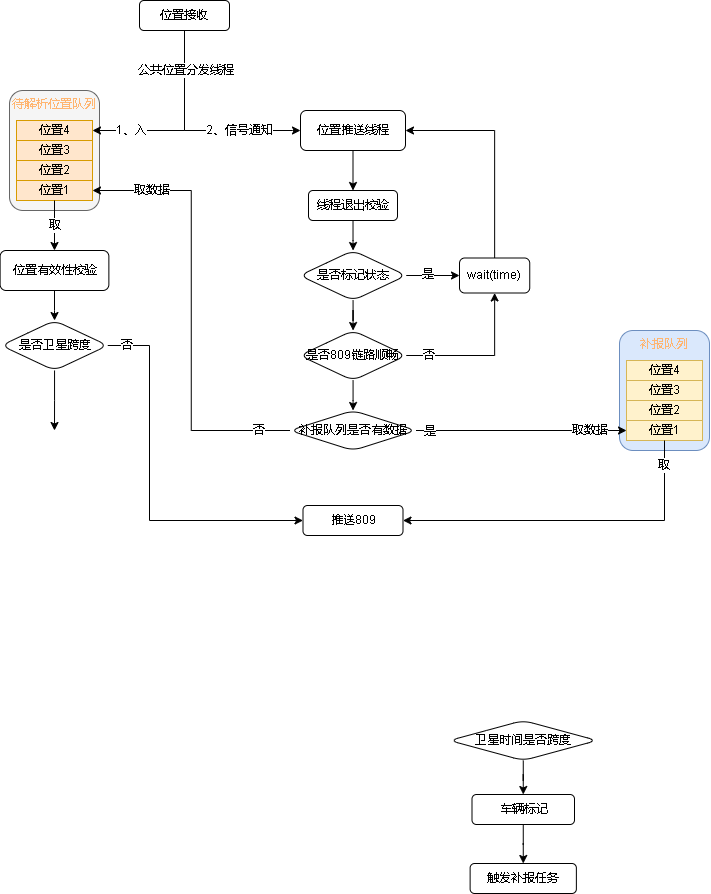
Earlier version of the draw.io export 809数据跨度.drawio.png (xktder/draw). Source tidied: cells renumbered, new cells last; positions are measured from the earlier drawing's top-left corner, leaving out a move shared by most shapes.
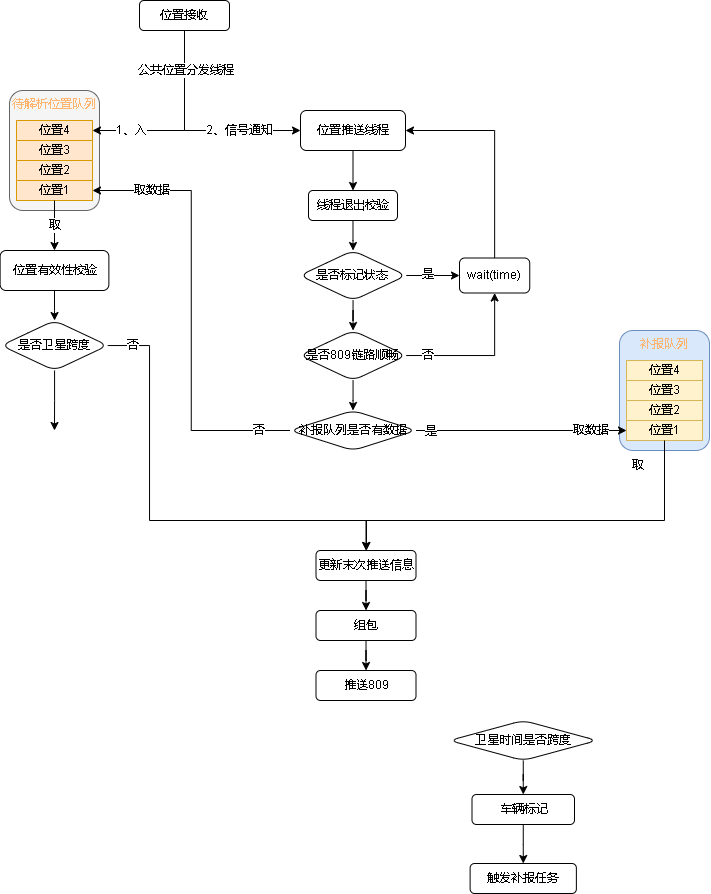
After the change.

Commit message:
更新809数据跨度.drawio.png

Diff of the diagram source:
```diff
@@ -171,8 +171,13 @@
     <mxCell id="49" value="补报队列是否有数据" style="rhombus;whiteSpace=wrap;html=1;fontColor=#000000;rounded=1;" parent="1" vertex="1">
       <mxGeometry x="289.5" y="410" width="126" height="40" as="geometry" />
     </mxCell>
-    <mxCell id="50" style="edgeStyle=orthogonalEdgeStyle;rounded=0;jettySize=auto;html=1;exitX=0.5;exitY=1;exitDx=0;exitDy=0;fontColor=#000000;entryX=1;entryY=0.5;entryDx=0;entryDy=0;" parent="1" edge="1" source="21" target="52">
-      <mxGeometry relative="1" as="geometry" />
+    <mxCell id="50" style="edgeStyle=orthogonalEdgeStyle;rounded=0;jettySize=auto;html=1;exitX=0.5;exitY=1;exitDx=0;exitDy=0;fontColor=#000000;entryX=0.5;entryY=0;entryDx=0;entryDy=0;" parent="1" edge="1" source="21" target="58">
+      <mxGeometry relative="1" as="geometry">
+        <Array as="points">
+          <mxPoint x="664" y="520" />
+          <mxPoint x="366" y="520" />
+        </Array>
+      </mxGeometry>
     </mxCell>
     <mxCell id="51" value="取" style="edgeLabel;html=1;align=center;verticalAlign=middle;fontColor=#000000;" parent="50" vertex="1">
       <mxGeometry x="-0.21" y="1" relative="1" as="geometry">
@@ -180,18 +185,19 @@
       </mxGeometry>
     </mxCell>
     <mxCell id="52" value="推送809" style="rounded=1;whiteSpace=wrap;html=1;fontColor=#000000;" parent="1" vertex="1">
-      <mxGeometry x="302.5" y="505" width="100" height="30" as="geometry" />
+      <mxGeometry x="315.5" y="670" width="100" height="30" as="geometry" />
     </mxCell>
     <mxCell id="53" style="edgeStyle=orthogonalEdgeStyle;rounded=0;jettySize=auto;html=1;fontColor=#000000;" parent="1" edge="1" source="56">
       <mxGeometry relative="1" as="geometry">
         <mxPoint x="54" y="430" as="targetPoint" />
       </mxGeometry>
     </mxCell>
-    <mxCell id="54" style="edgeStyle=orthogonalEdgeStyle;rounded=0;jettySize=auto;html=1;entryX=0;entryY=0.5;entryDx=0;entryDy=0;fontColor=#000000;" parent="1" edge="1" source="56" target="52">
+    <mxCell id="54" style="edgeStyle=orthogonalEdgeStyle;rounded=0;jettySize=auto;html=1;fontColor=#000000;" parent="1" edge="1" source="56" target="58">
       <mxGeometry relative="1" as="geometry">
         <Array as="points">
           <mxPoint x="149" y="345" />
           <mxPoint x="149" y="520" />
+          <mxPoint x="366" y="520" />
         </Array>
       </mxGeometry>
     </mxCell>
@@ -203,5 +209,17 @@
     <mxCell id="56" value="是否卫星跨度" style="rhombus;whiteSpace=wrap;html=1;fontColor=#000000;rounded=1;" parent="1" vertex="1">
       <mxGeometry x="0.8" y="320" width="106.5" height="50" as="geometry" />
     </mxCell>
+    <mxCell id="57" style="edgeStyle=orthogonalEdgeStyle;rounded=0;jettySize=auto;html=1;fontColor=#000000;" parent="1" edge="1" source="58" target="60">
+      <mxGeometry relative="1" as="geometry" />
+    </mxCell>
+    <mxCell id="58" value="更新末次推送信息" style="rounded=1;whiteSpace=wrap;html=1;fontColor=#000000;" parent="1" vertex="1">
+      <mxGeometry x="315.5" y="550" width="100" height="30" as="geometry" />
+    </mxCell>
+    <mxCell id="59" style="edgeStyle=orthogonalEdgeStyle;rounded=0;jettySize=auto;html=1;fontColor=#000000;" parent="1" edge="1" source="60" target="52">
+      <mxGeometry relative="1" as="geometry" />
+    </mxCell>
+    <mxCell id="60" value="组包" style="rounded=1;whiteSpace=wrap;html=1;fontColor=#000000;" parent="1" vertex="1">
+      <mxGeometry x="315.5" y="610" width="100" height="30" as="geometry" />
+    </mxCell>
   </root>
 </mxGraphModel>
```
